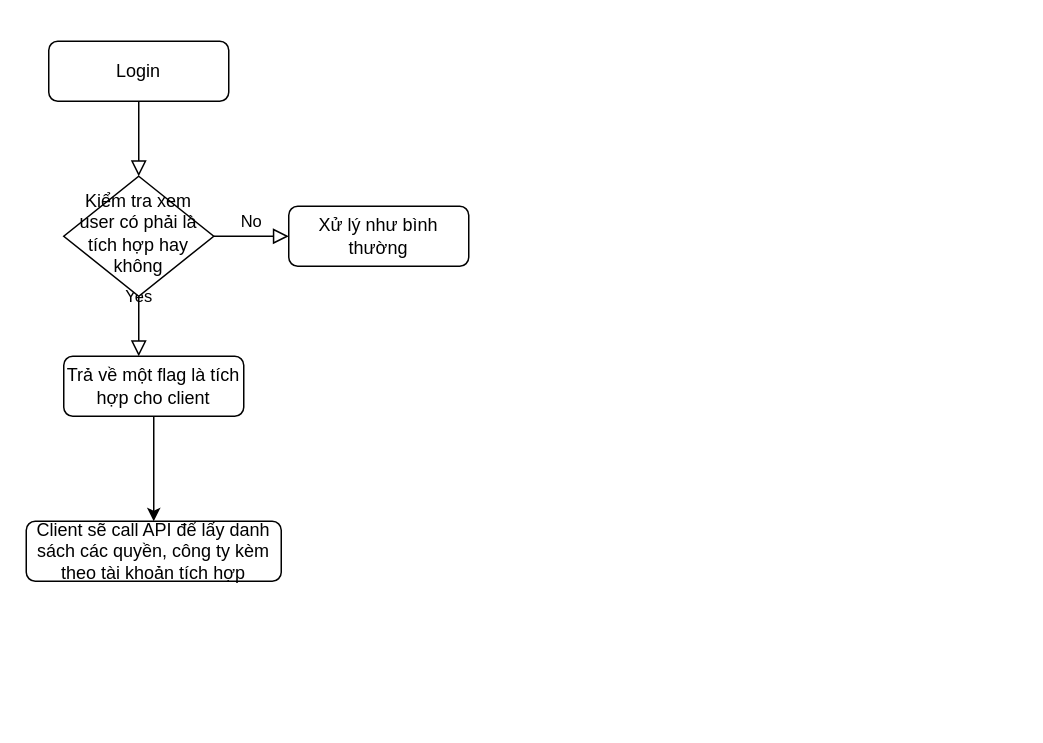
hoangpn256/diagram keeps this draw.io diagram as Untitled Diagram.drawio. Above is the earlier version. Source tidied: cells renumbered, new cells numbered last; positions are measured from the earlier drawing's top-left corner, leaving out a move shared by most shapes. Both pictures are drawn from the tidied source at 150%, with x=0, y=0 at pixel (26, 40).
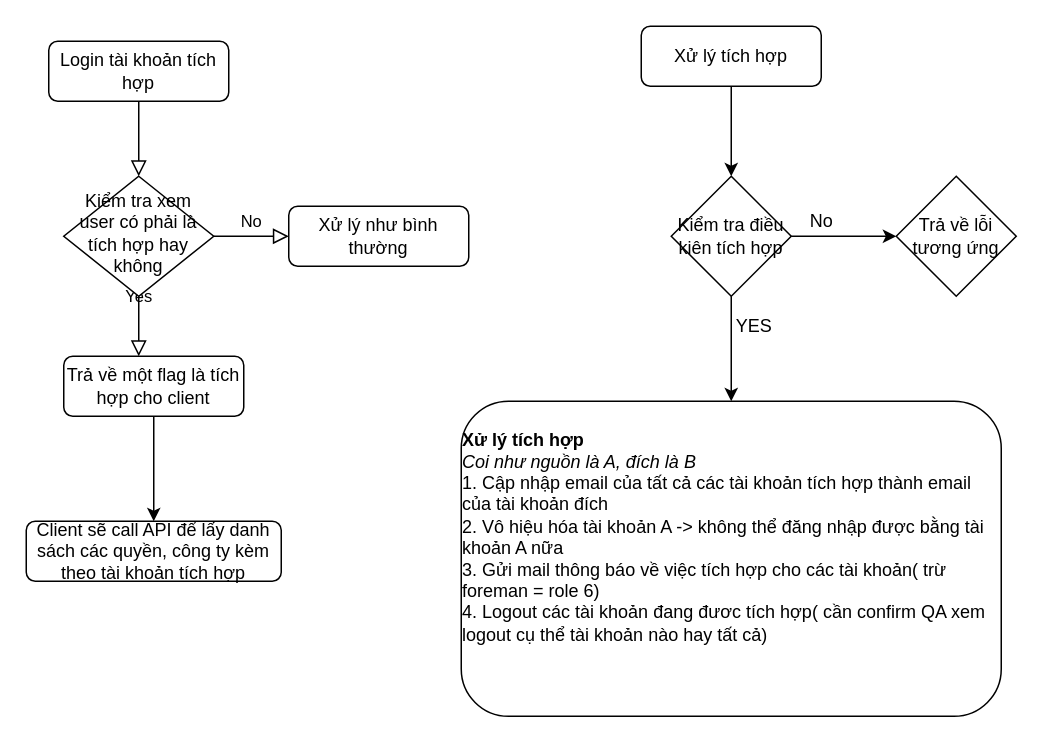
The same diagram, later.

What changed in the source:
```diff
@@
-    <mxCell id="3" value="Login" style="rounded=1;whiteSpace=wrap;html=1;fontSize=12;glass=0;strokeWidth=1;shadow=0;" parent="1" vertex="1">
+    <mxCell id="3" value="Login tài khoản tích hợp" style="rounded=1;whiteSpace=wrap;html=1;fontSize=12;glass=0;strokeWidth=1;shadow=0;" parent="1" vertex="1">
       <mxGeometry x="15" width="120" height="40" as="geometry" />
     </mxCell>
@@
+    <mxCell id="11" style="edgeStyle=orthogonalEdgeStyle;rounded=0;jettySize=auto;html=1;exitX=0.5;exitY=1;exitDx=0;exitDy=0;entryX=0.5;entryY=0;entryDx=0;entryDy=0;" parent="1" edge="1" source="12" target="15">
+      <mxGeometry relative="1" as="geometry" />
+    </mxCell>
+    <mxCell id="12" value="Xử lý tích hợp" style="rounded=1;whiteSpace=wrap;html=1;" parent="1" vertex="1">
+      <mxGeometry x="410" y="-10" width="120" height="40" as="geometry" />
+    </mxCell>
+    <mxCell id="13" style="edgeStyle=orthogonalEdgeStyle;rounded=0;jettySize=auto;html=1;exitX=1;exitY=0.5;exitDx=0;exitDy=0;" parent="1" edge="1" source="15">
+      <mxGeometry relative="1" as="geometry">
+        <mxPoint x="580" y="130" as="targetPoint" />
+      </mxGeometry>
+    </mxCell>
+    <mxCell id="14" style="edgeStyle=orthogonalEdgeStyle;rounded=0;jettySize=auto;html=1;exitX=0.5;exitY=1;exitDx=0;exitDy=0;entryX=0.5;entryY=0;entryDx=0;entryDy=0;" parent="1" edge="1" source="15" target="17">
+      <mxGeometry relative="1" as="geometry" />
+    </mxCell>
+    <mxCell id="15" value="Kiểm tra điều kiên tích hợp&lt;br&gt;" style="rhombus;whiteSpace=wrap;html=1;" parent="1" vertex="1">
+      <mxGeometry x="430" y="90" width="80" height="80" as="geometry" />
+    </mxCell>
+    <mxCell id="16" value="Trả về lỗi tương ứng" style="rhombus;whiteSpace=wrap;html=1;" parent="1" vertex="1">
+      <mxGeometry x="580" y="90" width="80" height="80" as="geometry" />
+    </mxCell>
+    <mxCell id="17" value="&lt;div style=&quot;text-align: left&quot;&gt;&lt;span&gt;&lt;b&gt;Xử lý tích hợp&lt;/b&gt;&lt;/span&gt;&lt;/div&gt;&lt;div style=&quot;text-align: left&quot;&gt;&lt;i&gt;&lt;span style=&quot;text-align: center&quot;&gt;Coi như nguồn là A, đích là B&lt;/span&gt;&lt;span&gt;&lt;br&gt;&lt;/span&gt;&lt;/i&gt;&lt;/div&gt;&lt;div style=&quot;text-align: left&quot;&gt;&lt;span&gt;1. Cập nhập email của tất cả các tài khoản tích hợp thành email của tài khoản đích&lt;/span&gt;&lt;/div&gt;&lt;div style=&quot;text-align: left&quot;&gt;&lt;span&gt;2. Vô hiệu hóa tài khoản A -&amp;gt; không thể đăng nhập được bằng tài khoản A nữa&lt;/span&gt;&lt;br&gt;&lt;/div&gt;&lt;div style=&quot;text-align: left&quot;&gt;&lt;span&gt;3. Gửi mail thông báo về việc tích hợp cho các tài khoản( trừ foreman = role 6)&lt;/span&gt;&lt;/div&gt;&lt;div style=&quot;text-align: left&quot;&gt;&lt;div&gt;&lt;span&gt;4. Logout các tài khoản đang đươc tích hợp( cần confirm QA xem logout cụ thể tài khoản nào hay tất cả)&lt;/span&gt;&lt;/div&gt;&lt;div&gt;&lt;span&gt;&lt;br&gt;&lt;/span&gt;&lt;/div&gt;&lt;/div&gt;&lt;div style=&quot;text-align: left&quot;&gt;&lt;span&gt;&lt;br&gt;&lt;/span&gt;&lt;/div&gt;" style="rounded=1;whiteSpace=wrap;html=1;" parent="1" vertex="1">
+      <mxGeometry x="290" y="240" width="360" height="210" as="geometry" />
+    </mxCell>
+    <mxCell id="18" value="No" style="text;html=1;align=center;verticalAlign=middle;" parent="1" vertex="1">
+      <mxGeometry x="515" y="110" width="30" height="20" as="geometry" />
+    </mxCell>
+    <mxCell id="19" value="&amp;nbsp; &amp;nbsp;YES" style="text;html=1;align=center;verticalAlign=middle;" parent="1" vertex="1">
+      <mxGeometry x="455" y="180" width="50" height="20" as="geometry" />
+    </mxCell>
```
